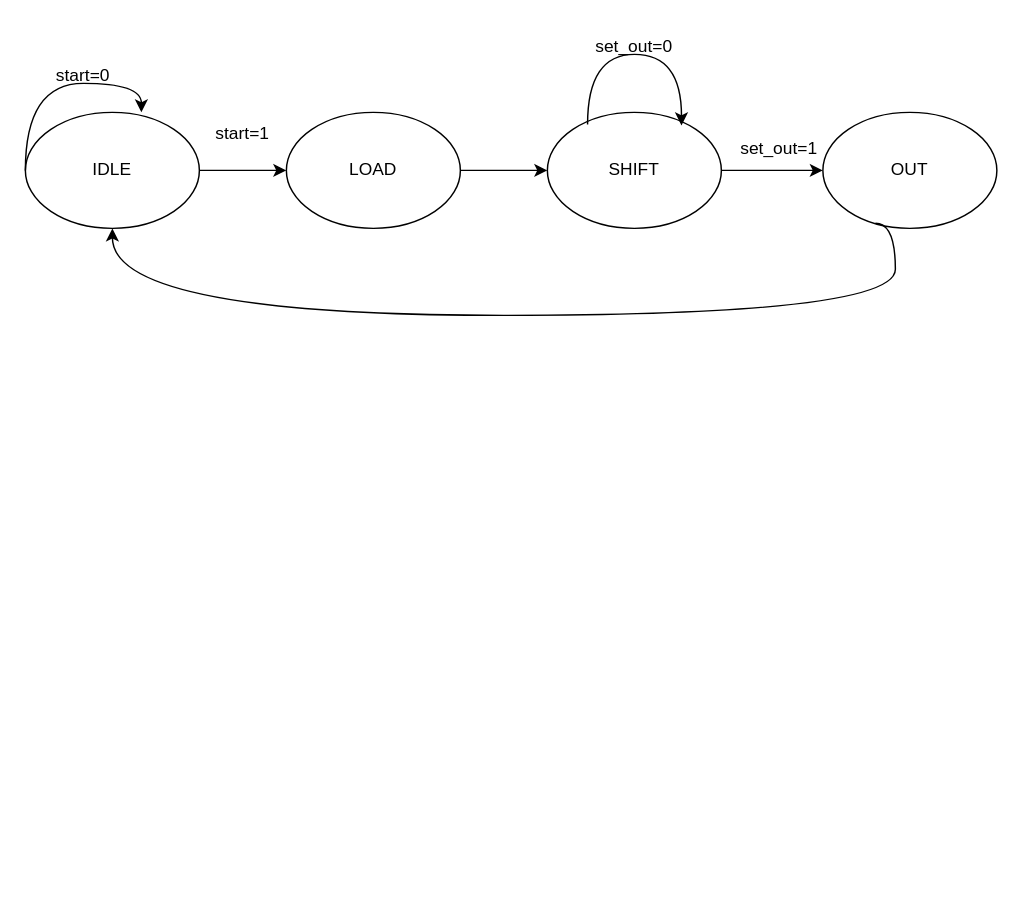
Above: page "FSM" (2 of 4) of Untitled Diagram.drawio in 106210049/SIPO_PISO (draw.io), before the change. Source tidied: cells renumbered, new cells numbered last; positions are measured from the earlier drawing's top-left corner, leaving out a move shared by most shapes. Both pictures are drawn from the tidied source at 145%, with x=0, y=0 at pixel (25, 25).
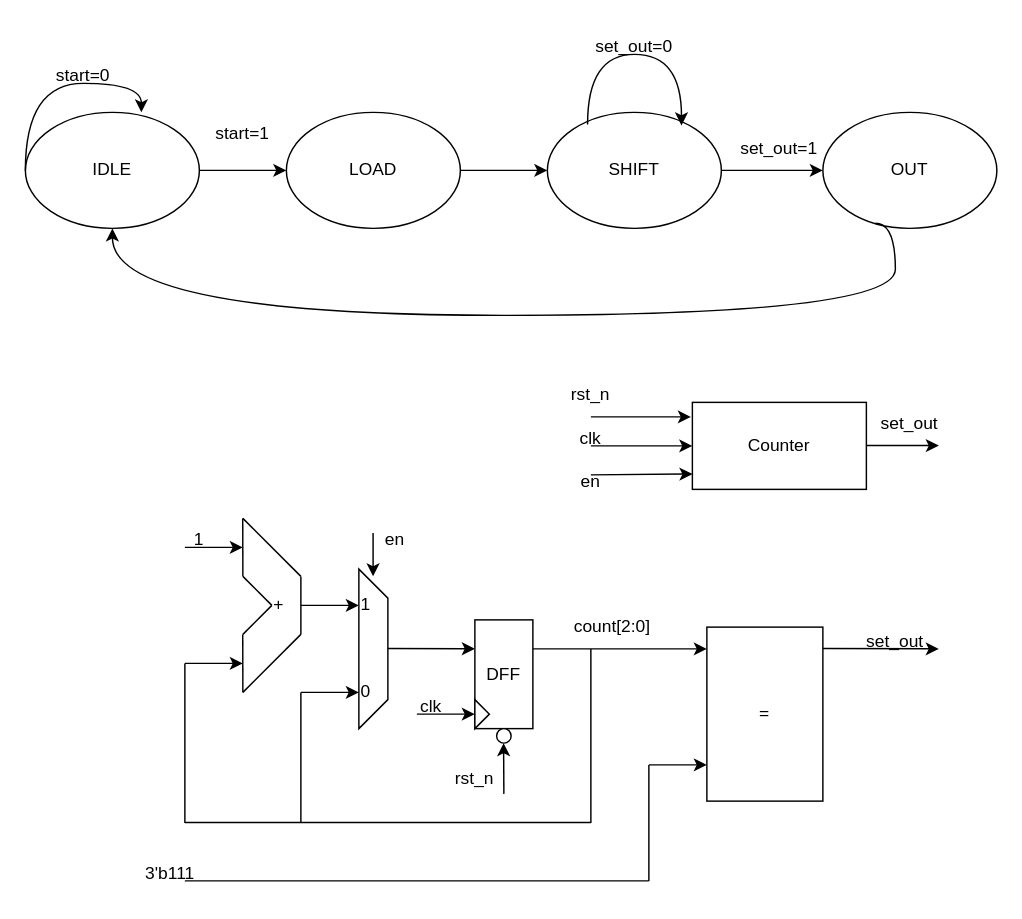
Above is the later version.

Change to the diagram source:
```diff
@@
+    <mxCell id="16" style="endArrow=none;html=1;rounded=0;" parent="1" edge="1">
+      <mxGeometry relative="1" as="geometry">
+        <mxPoint x="190" y="380" as="sourcePoint" />
+        <mxPoint x="150" y="340" as="targetPoint" />
+      </mxGeometry>
+    </mxCell>
+    <mxCell id="17" style="endArrow=none;html=1;rounded=0;" parent="1" edge="1">
+      <mxGeometry relative="1" as="geometry">
+        <mxPoint x="190" y="420" as="sourcePoint" />
+        <mxPoint x="190" y="380" as="targetPoint" />
+      </mxGeometry>
+    </mxCell>
+    <mxCell id="18" style="endArrow=classic;html=1;rounded=0;" parent="1" edge="1">
+      <mxGeometry relative="1" as="geometry">
+        <mxPoint x="190" y="400" as="sourcePoint" />
+        <mxPoint x="230" y="400" as="targetPoint" />
+      </mxGeometry>
+    </mxCell>
+    <mxCell id="19" style="endArrow=none;html=1;rounded=0;" parent="1" edge="1">
+      <mxGeometry relative="1" as="geometry">
+        <mxPoint x="150" y="460" as="sourcePoint" />
+        <mxPoint x="190" y="420" as="targetPoint" />
+      </mxGeometry>
+    </mxCell>
+    <mxCell id="20" style="endArrow=none;html=1;rounded=0;" parent="1" edge="1">
+      <mxGeometry relative="1" as="geometry">
+        <mxPoint x="150" y="380" as="sourcePoint" />
+        <mxPoint x="149.9" y="340" as="targetPoint" />
+      </mxGeometry>
+    </mxCell>
+    <mxCell id="21" style="endArrow=none;html=1;rounded=0;" parent="1" edge="1">
+      <mxGeometry relative="1" as="geometry">
+        <mxPoint x="150" y="460" as="sourcePoint" />
+        <mxPoint x="149.9" y="420" as="targetPoint" />
+      </mxGeometry>
+    </mxCell>
+    <mxCell id="22" style="endArrow=none;html=1;rounded=0;" parent="1" edge="1">
+      <mxGeometry relative="1" as="geometry">
+        <mxPoint x="170" y="400" as="sourcePoint" />
+        <mxPoint x="150" y="380" as="targetPoint" />
+      </mxGeometry>
+    </mxCell>
+    <mxCell id="23" style="endArrow=none;html=1;rounded=0;" parent="1" edge="1">
+      <mxGeometry relative="1" as="geometry">
+        <mxPoint x="150" y="420" as="sourcePoint" />
+        <mxPoint x="170" y="400" as="targetPoint" />
+      </mxGeometry>
+    </mxCell>
+    <mxCell id="24" value="+" style="text;strokeColor=none;align=center;fillColor=none;html=1;verticalAlign=middle;whiteSpace=wrap;rounded=0;" parent="1" vertex="1">
+      <mxGeometry x="160" y="390" width="30" height="20" as="geometry" />
+    </mxCell>
+    <mxCell id="25" style="endArrow=classic;html=1;rounded=0;" parent="1" edge="1">
+      <mxGeometry relative="1" as="geometry">
+        <mxPoint x="110" y="360" as="sourcePoint" />
+        <mxPoint x="150" y="360" as="targetPoint" />
+      </mxGeometry>
+    </mxCell>
+    <mxCell id="26" style="endArrow=classic;html=1;rounded=0;" parent="1" edge="1">
+      <mxGeometry relative="1" as="geometry">
+        <mxPoint x="110" y="440" as="sourcePoint" />
+        <mxPoint x="150" y="440" as="targetPoint" />
+      </mxGeometry>
+    </mxCell>
+    <mxCell id="27" style="shape=trapezoid;perimeter=trapezoidPerimeter;whiteSpace=wrap;html=1;fixedSize=1;rotation=90;" parent="1" vertex="1">
+      <mxGeometry x="185" y="420" width="110" height="20" as="geometry" />
+    </mxCell>
+    <mxCell id="28" style="endArrow=classic;html=1;rounded=0;" parent="1" edge="1">
+      <mxGeometry relative="1" as="geometry">
+        <mxPoint x="190" y="460" as="sourcePoint" />
+        <mxPoint x="230" y="460" as="targetPoint" />
+      </mxGeometry>
+    </mxCell>
+    <mxCell id="29" style="endArrow=classic;html=1;rounded=0;" parent="1" edge="1">
+      <mxGeometry relative="1" as="geometry">
+        <mxPoint x="250" y="429.7" as="sourcePoint" />
+        <mxPoint x="310" y="429.9" as="targetPoint" />
+      </mxGeometry>
+    </mxCell>
+    <mxCell id="30" value="DFF" style="rounded=0;whiteSpace=wrap;html=1;" parent="1" vertex="1">
+      <mxGeometry x="310" y="410" width="40" height="75" as="geometry" />
+    </mxCell>
+    <mxCell id="31" style="endArrow=classic;html=1;rounded=0;entryX=0;entryY=0.125;entryDx=0;entryDy=0;entryPerimeter=0;" parent="1" edge="1" target="37">
+      <mxGeometry relative="1" as="geometry">
+        <mxPoint x="350" y="430" as="sourcePoint" />
+      </mxGeometry>
+    </mxCell>
+    <mxCell id="32" style="triangle;whiteSpace=wrap;html=1;" parent="1" vertex="1">
+      <mxGeometry x="310" y="465" width="10" height="20" as="geometry" />
+    </mxCell>
+    <mxCell id="33" style="endArrow=none;html=1;rounded=0;" parent="1" edge="1">
+      <mxGeometry relative="1" as="geometry">
+        <mxPoint x="190" y="550" as="sourcePoint" />
+        <mxPoint x="190" y="460" as="targetPoint" />
+      </mxGeometry>
+    </mxCell>
+    <mxCell id="34" style="endArrow=none;html=1;rounded=0;" parent="1" edge="1">
+      <mxGeometry relative="1" as="geometry">
+        <mxPoint x="110" y="549.8" as="sourcePoint" />
+        <mxPoint x="390" y="549.8" as="targetPoint" />
+      </mxGeometry>
+    </mxCell>
+    <mxCell id="35" style="endArrow=none;html=1;rounded=0;" parent="1" edge="1">
+      <mxGeometry relative="1" as="geometry">
+        <mxPoint x="110" y="550" as="sourcePoint" />
+        <mxPoint x="110" y="440" as="targetPoint" />
+      </mxGeometry>
+    </mxCell>
+    <mxCell id="36" style="endArrow=none;html=1;rounded=0;" parent="1" edge="1">
+      <mxGeometry relative="1" as="geometry">
+        <mxPoint x="390" y="550" as="sourcePoint" />
+        <mxPoint x="390" y="430" as="targetPoint" />
+      </mxGeometry>
+    </mxCell>
+    <mxCell id="37" value="=" style="rounded=0;whiteSpace=wrap;html=1;" parent="1" vertex="1">
+      <mxGeometry x="470" y="415" width="80" height="120" as="geometry" />
+    </mxCell>
+    <mxCell id="38" style="endArrow=classic;html=1;rounded=0;" parent="1" edge="1">
+      <mxGeometry relative="1" as="geometry">
+        <mxPoint x="430" y="510" as="sourcePoint" />
+        <mxPoint x="470" y="510" as="targetPoint" />
+      </mxGeometry>
+    </mxCell>
+    <mxCell id="39" style="endArrow=none;html=1;rounded=0;" parent="1" edge="1">
+      <mxGeometry relative="1" as="geometry">
+        <mxPoint x="430" y="590" as="sourcePoint" />
+        <mxPoint x="430" y="510" as="targetPoint" />
+      </mxGeometry>
+    </mxCell>
+    <mxCell id="40" style="endArrow=none;html=1;rounded=0;" parent="1" edge="1">
+      <mxGeometry relative="1" as="geometry">
+        <mxPoint x="110" y="590" as="sourcePoint" />
+        <mxPoint x="430" y="590" as="targetPoint" />
+      </mxGeometry>
+    </mxCell>
+    <mxCell id="41" value="3'b111" style="text;strokeColor=none;align=center;fillColor=none;html=1;verticalAlign=middle;whiteSpace=wrap;rounded=0;" parent="1" vertex="1">
+      <mxGeometry x="70" y="570" width="60" height="30" as="geometry" />
+    </mxCell>
+    <mxCell id="42" value="1" style="text;strokeColor=none;align=center;fillColor=none;html=1;verticalAlign=middle;whiteSpace=wrap;rounded=0;" parent="1" vertex="1">
+      <mxGeometry x="90" y="340" width="60" height="30" as="geometry" />
+    </mxCell>
+    <mxCell id="43" value="1" style="text;strokeColor=none;align=center;fillColor=none;html=1;verticalAlign=middle;whiteSpace=wrap;rounded=0;" parent="1" vertex="1">
+      <mxGeometry x="220" y="385" width="30" height="30" as="geometry" />
+    </mxCell>
+    <mxCell id="44" value="0" style="text;strokeColor=none;align=center;fillColor=none;html=1;verticalAlign=middle;whiteSpace=wrap;rounded=0;" parent="1" vertex="1">
+      <mxGeometry x="220" y="445" width="30" height="30" as="geometry" />
+    </mxCell>
+    <mxCell id="45" style="endArrow=classic;html=1;rounded=0;" parent="1" edge="1">
+      <mxGeometry relative="1" as="geometry">
+        <mxPoint x="239.8" y="350" as="sourcePoint" />
+        <mxPoint x="239.8" y="380" as="targetPoint" />
+      </mxGeometry>
+    </mxCell>
+    <mxCell id="46" value="en" style="text;strokeColor=none;align=center;fillColor=none;html=1;verticalAlign=middle;whiteSpace=wrap;rounded=0;" parent="1" vertex="1">
+      <mxGeometry x="240" y="340" width="30" height="30" as="geometry" />
+    </mxCell>
+    <mxCell id="47" style="endArrow=classic;html=1;rounded=0;" parent="1" edge="1">
+      <mxGeometry relative="1" as="geometry">
+        <mxPoint x="550" y="429.8" as="sourcePoint" />
+        <mxPoint x="630" y="430" as="targetPoint" />
+      </mxGeometry>
+    </mxCell>
+    <mxCell id="48" value="count[2:0]" style="text;strokeColor=none;align=center;fillColor=none;html=1;verticalAlign=middle;whiteSpace=wrap;rounded=0;" parent="1" vertex="1">
+      <mxGeometry x="375" y="400" width="60" height="30" as="geometry" />
+    </mxCell>
+    <mxCell id="49" value="set_out" style="text;strokeColor=none;align=center;fillColor=none;html=1;verticalAlign=middle;whiteSpace=wrap;rounded=0;" parent="1" vertex="1">
+      <mxGeometry x="570" y="410" width="60" height="30" as="geometry" />
+    </mxCell>
+    <mxCell id="50" style="endArrow=classic;html=1;rounded=0;" parent="1" edge="1">
+      <mxGeometry relative="1" as="geometry">
+        <mxPoint x="270" y="475" as="sourcePoint" />
+        <mxPoint x="310" y="475" as="targetPoint" />
+      </mxGeometry>
+    </mxCell>
+    <mxCell id="51" value="clk" style="text;strokeColor=none;align=center;fillColor=none;html=1;verticalAlign=middle;whiteSpace=wrap;rounded=0;" parent="1" vertex="1">
+      <mxGeometry x="265" y="455" width="30" height="30" as="geometry" />
+    </mxCell>
+    <mxCell id="52" style="ellipse;whiteSpace=wrap;html=1;" parent="1" vertex="1">
+      <mxGeometry x="325" y="485" width="10" height="10" as="geometry" />
+    </mxCell>
+    <mxCell id="53" style="endArrow=classic;html=1;rounded=0;" parent="1" edge="1">
+      <mxGeometry relative="1" as="geometry">
+        <mxPoint x="330" y="530" as="sourcePoint" />
+        <mxPoint x="329.8" y="495" as="targetPoint" />
+      </mxGeometry>
+    </mxCell>
+    <mxCell id="54" value="rst_n" style="text;strokeColor=none;align=center;fillColor=none;html=1;verticalAlign=middle;whiteSpace=wrap;rounded=0;" parent="1" vertex="1">
+      <mxGeometry x="295" y="505" width="30" height="30" as="geometry" />
+    </mxCell>
+    <mxCell id="55" value="Counter" style="rounded=0;whiteSpace=wrap;html=1;" parent="1" vertex="1">
+      <mxGeometry x="460" y="260" width="120" height="60" as="geometry" />
+    </mxCell>
+    <mxCell id="56" style="endArrow=classic;html=1;rounded=0;" parent="1" edge="1">
+      <mxGeometry relative="1" as="geometry">
+        <mxPoint x="390" y="270" as="sourcePoint" />
+        <mxPoint x="459" y="270" as="targetPoint" />
+      </mxGeometry>
+    </mxCell>
+    <mxCell id="57" style="endArrow=classic;html=1;rounded=0;entryX=0;entryY=0.5;entryDx=0;entryDy=0;" parent="1" edge="1" target="55">
+      <mxGeometry relative="1" as="geometry">
+        <mxPoint x="390" y="290" as="sourcePoint" />
+      </mxGeometry>
+    </mxCell>
+    <mxCell id="58" style="endArrow=classic;html=1;rounded=0;entryX=0.001;entryY=0.823;entryDx=0;entryDy=0;entryPerimeter=0;" parent="1" edge="1" target="55">
+      <mxGeometry relative="1" as="geometry">
+        <mxPoint x="390" y="310" as="sourcePoint" />
+      </mxGeometry>
+    </mxCell>
+    <mxCell id="59" value="en" style="text;strokeColor=none;align=center;fillColor=none;html=1;verticalAlign=middle;whiteSpace=wrap;rounded=0;" parent="1" vertex="1">
+      <mxGeometry x="360" y="300" width="60" height="30" as="geometry" />
+    </mxCell>
+    <mxCell id="60" value="clk" style="text;strokeColor=none;align=center;fillColor=none;html=1;verticalAlign=middle;whiteSpace=wrap;rounded=0;" parent="1" vertex="1">
+      <mxGeometry x="375" y="270" width="30" height="30" as="geometry" />
+    </mxCell>
+    <mxCell id="61" value="rst_n" style="text;strokeColor=none;align=center;fillColor=none;html=1;verticalAlign=middle;whiteSpace=wrap;rounded=0;" parent="1" vertex="1">
+      <mxGeometry x="375" y="240" width="30" height="30" as="geometry" />
+    </mxCell>
+    <mxCell id="62" style="endArrow=classic;html=1;rounded=0;" parent="1" edge="1">
+      <mxGeometry relative="1" as="geometry">
+        <mxPoint x="580" y="289.8" as="sourcePoint" />
+        <mxPoint x="630" y="289.8" as="targetPoint" />
+      </mxGeometry>
+    </mxCell>
+    <mxCell id="63" value="set_out" style="text;strokeColor=none;align=center;fillColor=none;html=1;verticalAlign=middle;whiteSpace=wrap;rounded=0;" parent="1" vertex="1">
+      <mxGeometry x="580" y="260" width="60" height="30" as="geometry" />
+    </mxCell>
```
